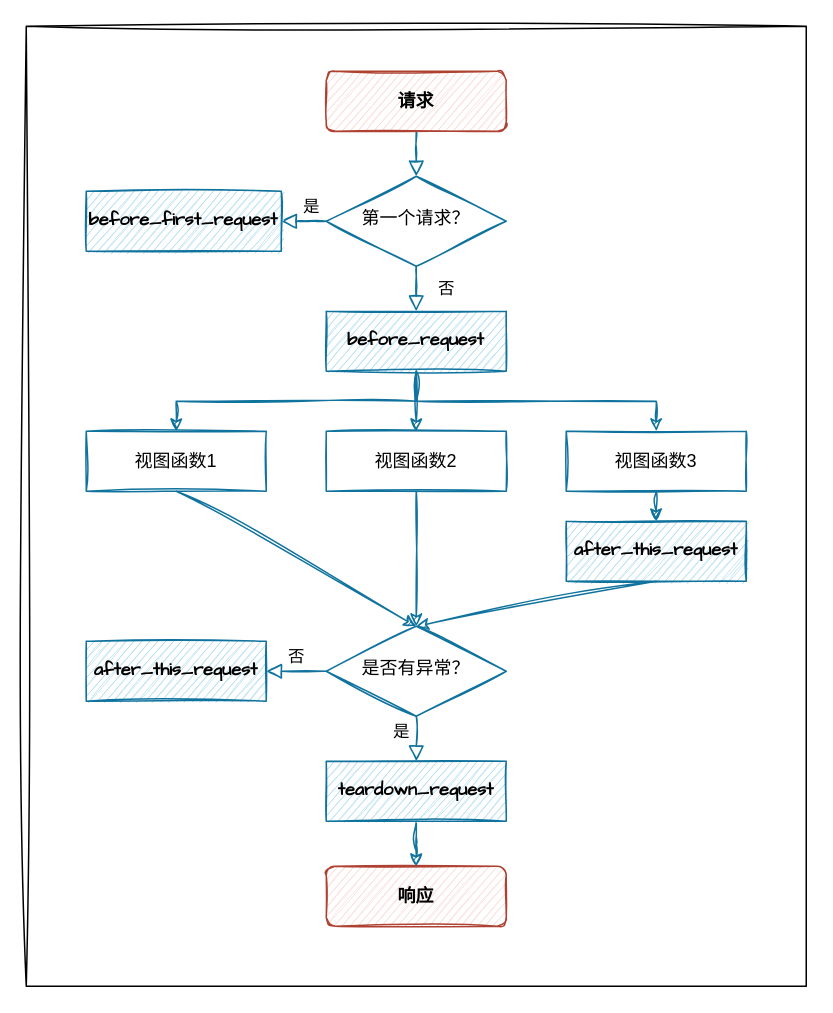
Earlier version of the draw.io diagram python/python backend/flask/images/请求处理函数调用示意图.drawio (Light2077/LightNote). Source tidied: cells renumbered, new cells numbered last; positions are measured from the earlier drawing's top-left corner, leaving out a move shared by most shapes. Both pictures are drawn from the tidied source at 150%, with x=0, y=0 at pixel (26, 26).
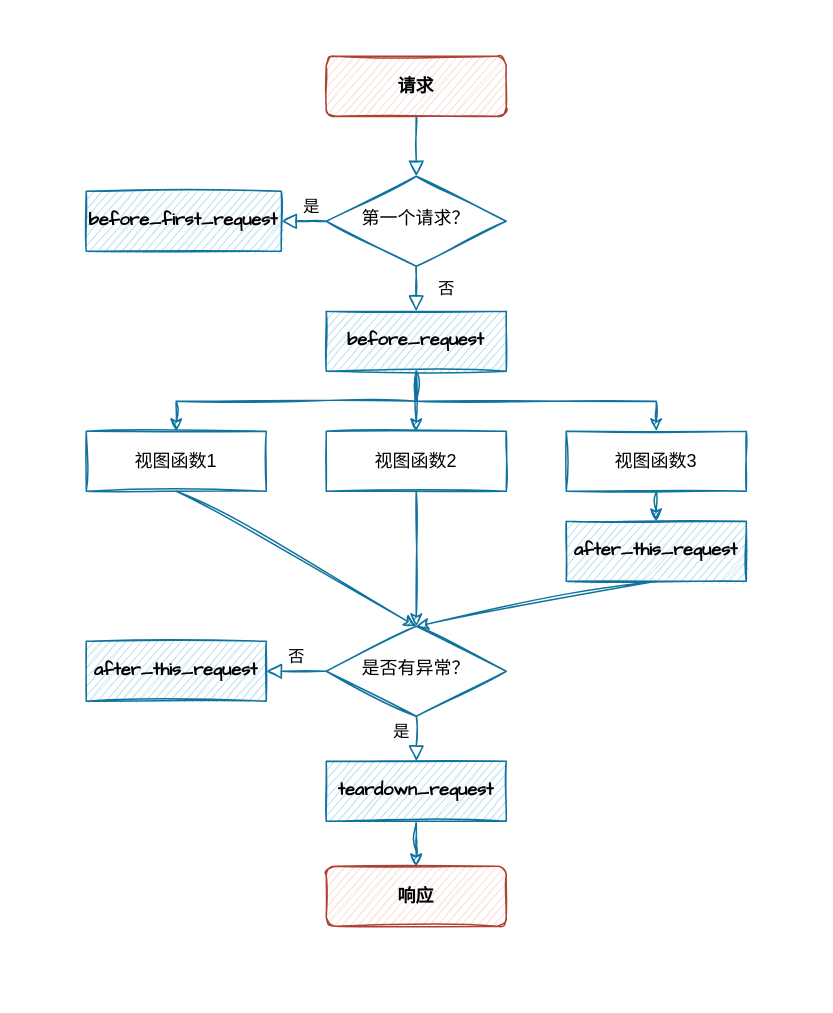
After the change.

The edit, as a diff of the source:
```diff
@@
     <mxCell id="3" value="请求" style="rounded=1;whiteSpace=wrap;html=1;fontSize=12;glass=0;strokeWidth=1;shadow=0;sketch=1;fontStyle=1;fillColor=#fad9d5;strokeColor=#ae4132;" parent="1" vertex="1">
-      <mxGeometry x="200" y="30" width="120" height="40" as="geometry" />
+      <mxGeometry x="200" y="20" width="120" height="40" as="geometry" />
     </mxCell>
@@
-    <mxCell id="27" style="whiteSpace=wrap;html=1;rounded=0;shadow=0;glass=0;sketch=1;hachureGap=4;jiggle=2;fontFamily=Architects Daughter;fontSize=20;fillColor=none;" parent="1" vertex="1">
-      <mxGeometry width="520" height="640" as="geometry" />
-    </mxCell>
```
